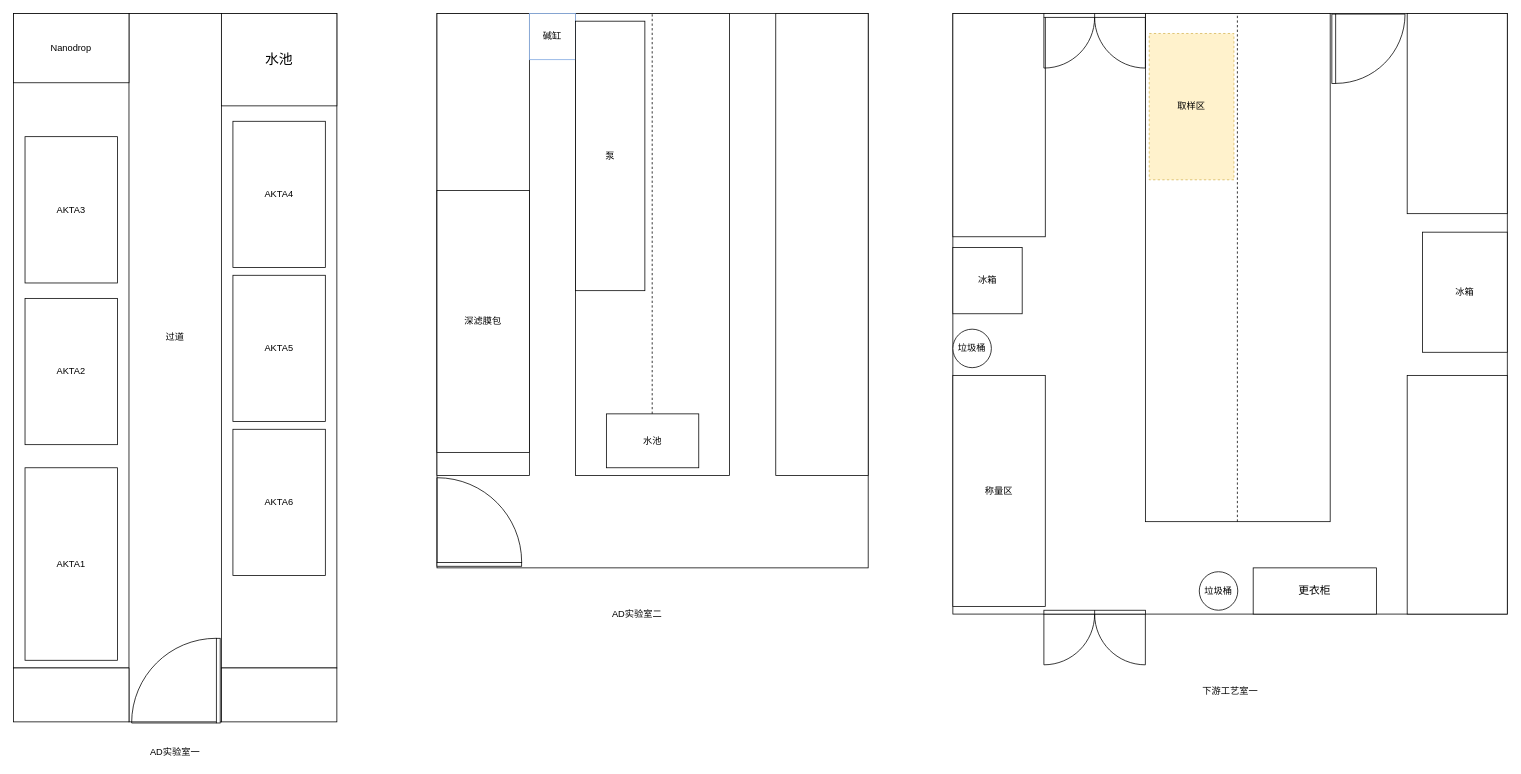
The draw.io diagram Untitled Diagram.drawio in ucbeanz/test, before the edit. Source tidied: cells renumbered, new cells numbered last; positions are measured from the earlier drawing's top-left corner, leaving out a move shared by most shapes. Both pictures are drawn from the tidied source at 77%, with x=0, y=0 at pixel (13, 12).
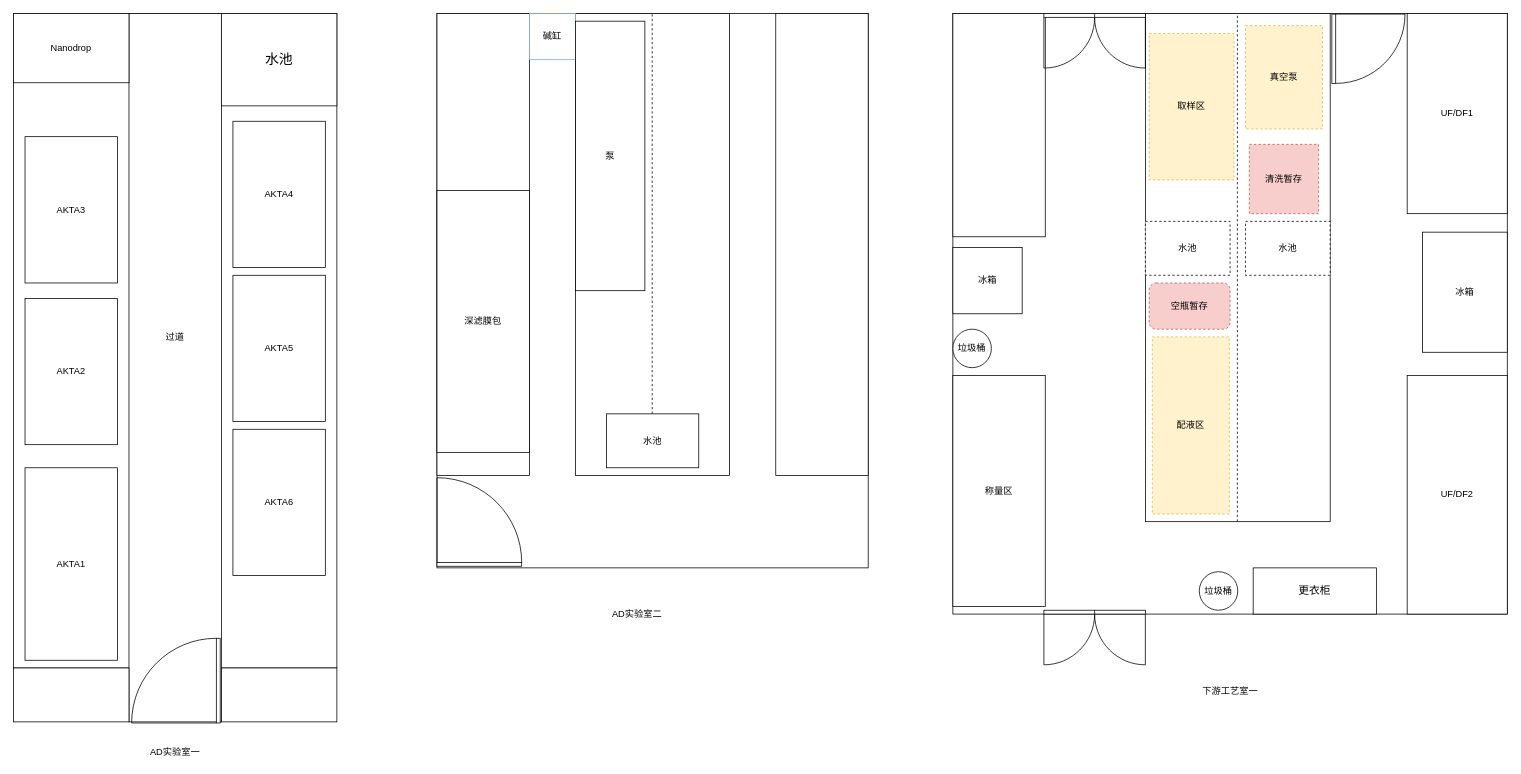
The same diagram, later.

Diff of the diagram source:
```diff
@@
-    <mxCell id="30" style="rounded=0;whiteSpace=wrap;html=1;" parent="1" vertex="1">
+    <mxCell id="30" value="UF/DF1" style="rounded=0;whiteSpace=wrap;html=1;" parent="1" vertex="1">
       <mxGeometry x="1810" y="2" width="130" height="260" as="geometry" />
     </mxCell>
@@
-    <mxCell id="32" style="rounded=0;whiteSpace=wrap;html=1;" parent="1" vertex="1">
+    <mxCell id="32" value="UF/DF2" style="rounded=0;whiteSpace=wrap;html=1;" parent="1" vertex="1">
       <mxGeometry x="1810" y="472" width="130" height="310" as="geometry" />
     </mxCell>
@@
+    <mxCell id="45" value="水池" style="rounded=0;whiteSpace=wrap;html=1;dashed=1;strokeColor=#000000;fontColor=#000000;" parent="1" vertex="1">
+      <mxGeometry x="1470" y="272" width="110" height="70" as="geometry" />
+    </mxCell>
+    <mxCell id="46" value="水池" style="rounded=0;whiteSpace=wrap;html=1;dashed=1;strokeColor=#000000;fontColor=#000000;" parent="1" vertex="1">
+      <mxGeometry x="1600" y="272" width="110" height="70" as="geometry" />
+    </mxCell>
+    <mxCell id="47" value="配液区" style="rounded=0;whiteSpace=wrap;html=1;dashed=1;strokeColor=#d6b656;fillColor=#fff2cc;" parent="1" vertex="1">
+      <mxGeometry x="1479" y="422" width="100" height="230" as="geometry" />
+    </mxCell>
+    <mxCell id="48" value="空瓶暂存" style="rounded=1;whiteSpace=wrap;html=1;dashed=1;strokeColor=#b85450;fillColor=#f8cecc;" parent="1" vertex="1">
+      <mxGeometry x="1475" y="352" width="105" height="60" as="geometry" />
+    </mxCell>
+    <mxCell id="49" value="真空泵" style="rounded=0;whiteSpace=wrap;html=1;dashed=1;strokeColor=#d6b656;fillColor=#fff2cc;" parent="1" vertex="1">
+      <mxGeometry x="1600" y="17.8" width="100" height="134.2" as="geometry" />
+    </mxCell>
+    <mxCell id="50" value="清洗暂存" style="rounded=0;whiteSpace=wrap;html=1;dashed=1;strokeColor=#b85450;fillColor=#f8cecc;" parent="1" vertex="1">
+      <mxGeometry x="1605" y="172" width="90" height="90" as="geometry" />
+    </mxCell>
```
